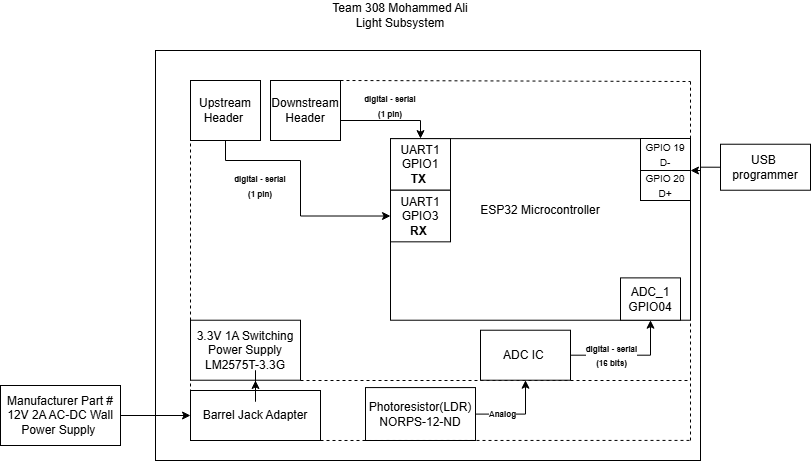
This is 02-Block-Diagram/Mo314 Block diagram1.drawio.png from malqarn2/EGR314DataSheetTemplate, a draw.io export, as it was before one commit. Source tidied: cells renumbered, new cells last; positions are measured from the earlier drawing's top-left corner, leaving out a move shared by most shapes.
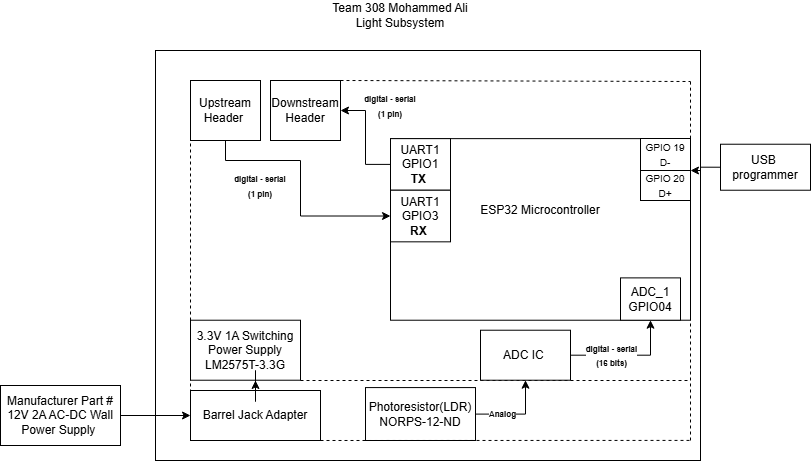
The same diagram one commit later.

Change to the diagram source:
```diff
@@ -14,6 +14,9 @@
     <mxCell id="5" value="ADC_1&lt;br&gt;GPIO04" style="rounded=0;whiteSpace=wrap;html=1;" parent="1" vertex="1">
       <mxGeometry x="620" y="277.4" width="60" height="42.3" as="geometry" />
     </mxCell>
+    <mxCell id="36" style="edgeStyle=orthogonalEdgeStyle;rounded=0;jettySize=auto;html=1;entryX=1;entryY=0.5;entryDx=0;entryDy=0;" parent="1" edge="1" source="6" target="15">
+      <mxGeometry relative="1" as="geometry" />
+    </mxCell>
     <mxCell id="6" value="UART1&lt;br&gt;GPIO1&lt;br&gt;&lt;b&gt;TX&amp;nbsp;&lt;/b&gt;" style="rounded=0;whiteSpace=wrap;html=1;" parent="1" vertex="1">
       <mxGeometry x="390" y="138.1" width="60" height="51.6" as="geometry" />
     </mxCell>
@@ -44,15 +47,6 @@
     <mxCell id="13" value="Upstream&lt;br/&gt;Header&amp;nbsp;" style="rounded=0;whiteSpace=wrap;html=1;" parent="1" vertex="1">
       <mxGeometry x="190" y="80" width="70" height="60" as="geometry" />
     </mxCell>
-    <mxCell id="14" style="edgeStyle=orthogonalEdgeStyle;rounded=0;jettySize=auto;html=1;entryX=0.5;entryY=0;entryDx=0;entryDy=0;" parent="1" edge="1" target="6">
-      <mxGeometry relative="1" as="geometry">
-        <mxPoint x="340" y="118" as="sourcePoint" />
-        <Array as="points">
-          <mxPoint x="340" y="120" />
-          <mxPoint x="420" y="120" />
-        </Array>
-      </mxGeometry>
-    </mxCell>
     <mxCell id="15" value="Downstream&lt;br/&gt;Header" style="rounded=0;whiteSpace=wrap;html=1;" parent="1" vertex="1">
       <mxGeometry x="270" y="80" width="70" height="60" as="geometry" />
     </mxCell>
```
